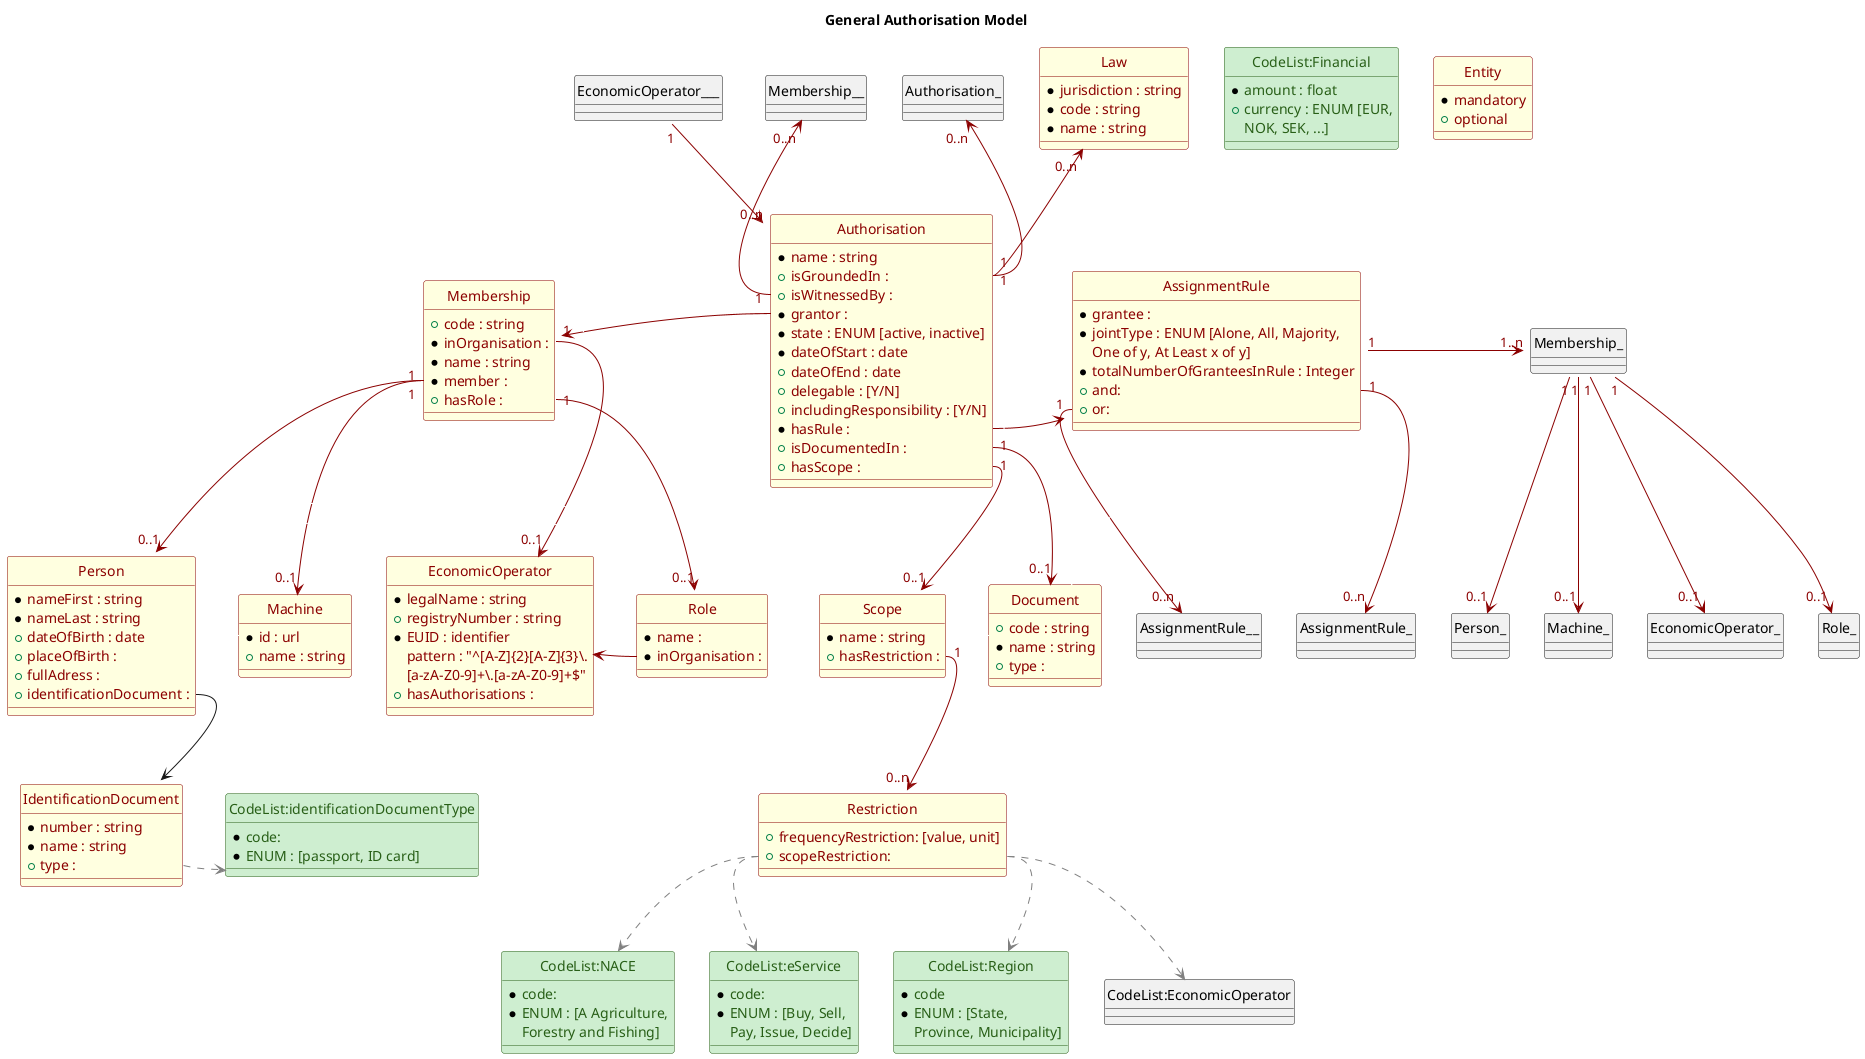
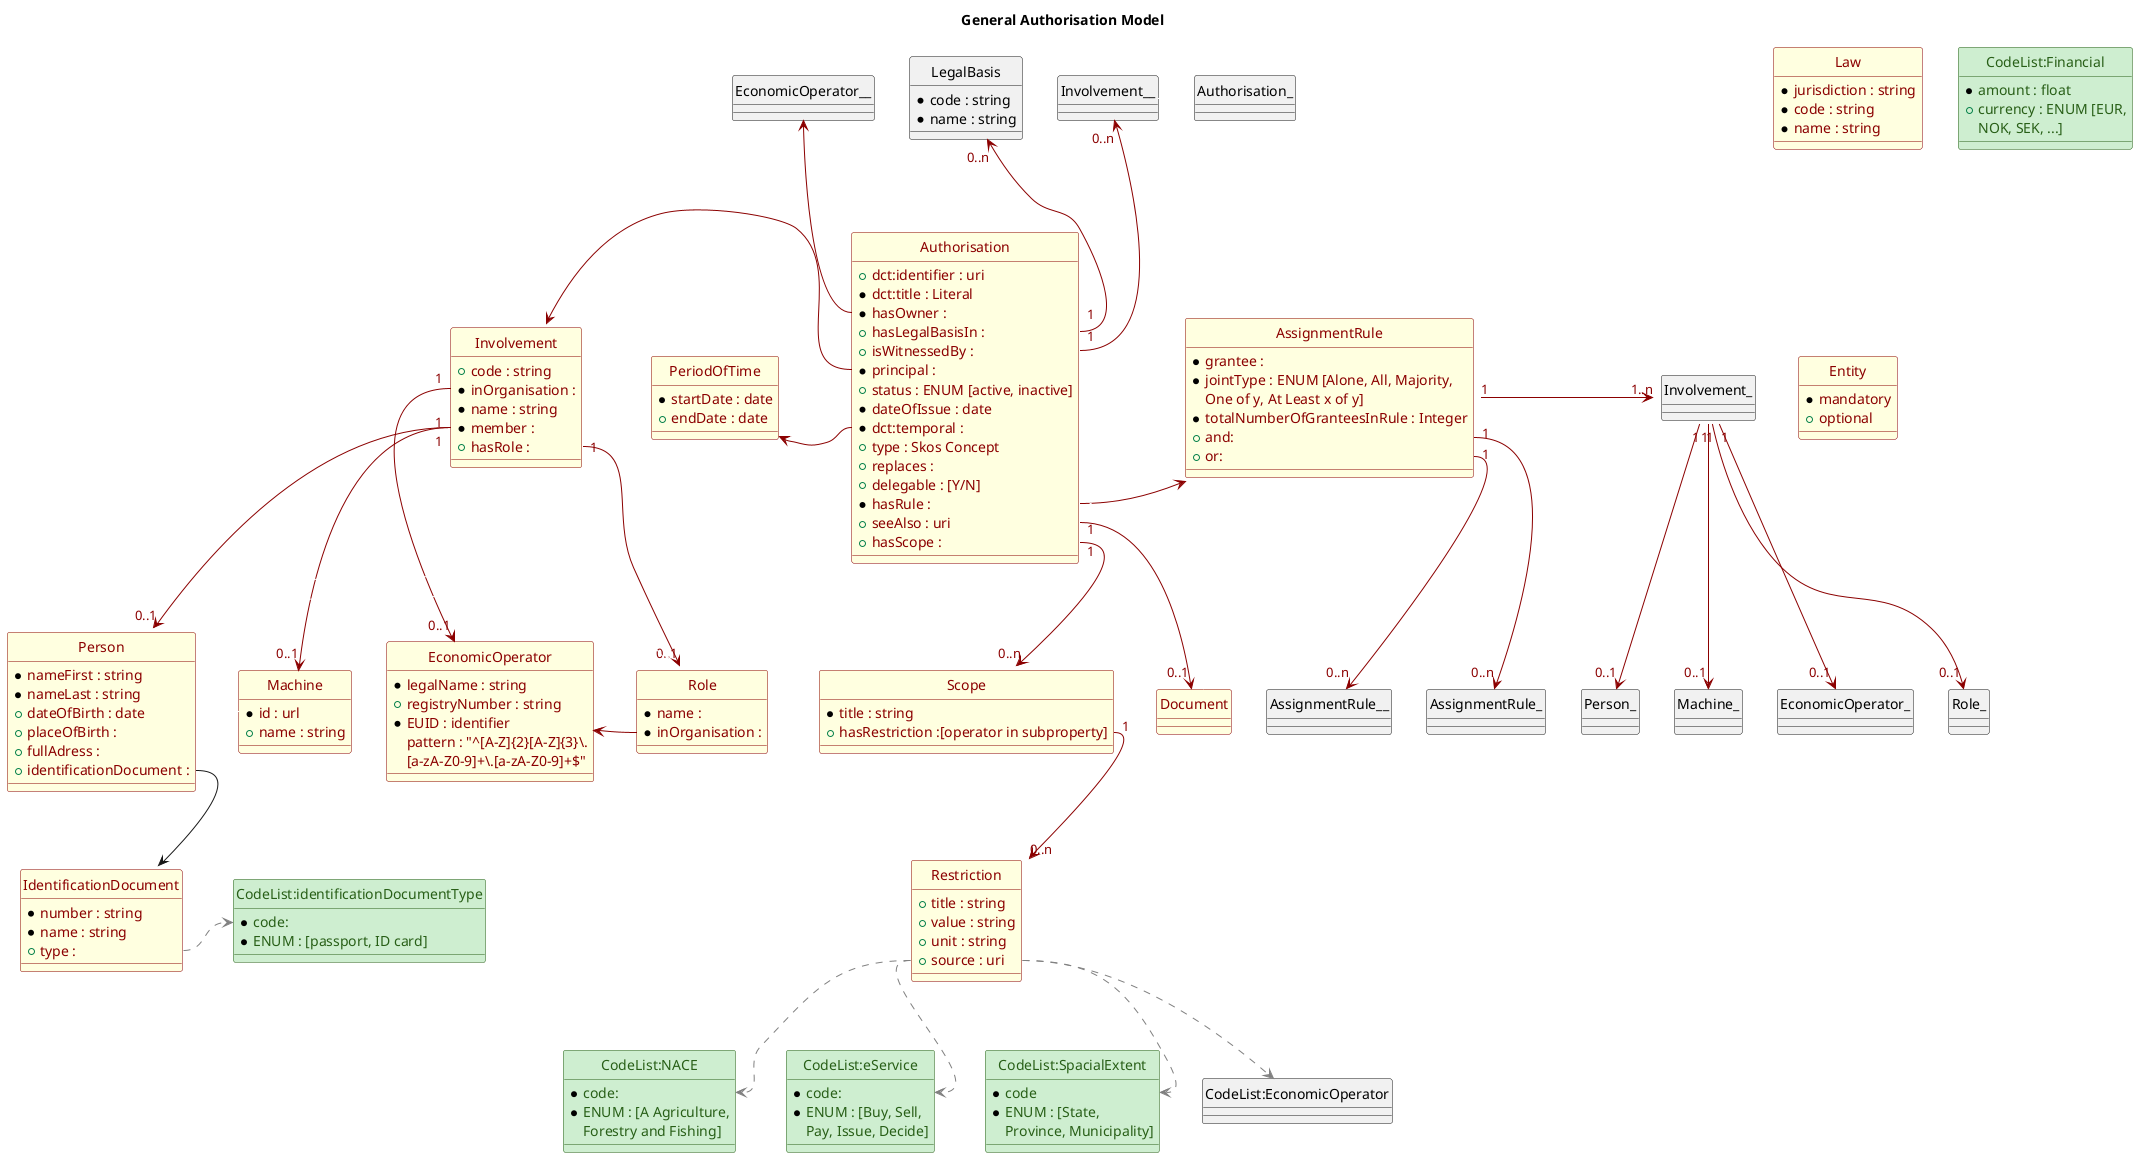
@startuml
title General Authorisation Model

class Authorisation {
-  *name : string
-  +isGroundedIn :
+  +dct:identifier : uri
+  *dct:title : Literal
+  *hasOwner :
+  +hasLegalBasisIn :
 +isWitnessedBy :
-  *grantor :
-  *state : ENUM [active, inactive]
-  *dateOfStart : date
-  +dateOfEnd : date
+  *principal :
+  +status : ENUM [active, inactive]
+  *dateOfIssue : date
+  *dct:temporal :
+  +type : Skos Concept
+  'type is optional, just in case property.
+  +replaces :
 +delegable : [Y/N]
-  +includingResponsibility : [Y/N]
 *hasRule :
-  +isDocumentedIn :
+  +seeAlso : uri
 +hasScope :
}

class AssignmentRule {
 *grantee :
 *jointType : ENUM [Alone, All, Majority,
 One of y, At Least x of y]
 *totalNumberOfGranteesInRule : Integer
 +and:
 +or:
}

+ class LegalBasis {
+  *code : string
+  *name : string
+ }
+ 
class Law {
 *jurisdiction : string
 *code : string
 *name : string
}

- class Document {
-  +code : string
-  *name : string
-  +type :
- }
+ class PeriodOfTime {
+  *startDate : date
+  +endDate : date
+ }
+ 

class IdentificationDocument {
 *number : string
 *name : string
 +type :
}

- class Membership {
+ class Involvement {
 +code : string
 *inOrganisation :
 *name : string
 *member :
 +hasRole :
}

class Machine {
 *id : url
 +name : string
}

class Person {
 *nameFirst : string
 *nameLast : string
 +dateOfBirth : date
 +placeOfBirth :
 +fullAdress :
 +identificationDocument :
}

class Role {
 *name :
 *inOrganisation :
}

class Restriction {
-  +frequencyRestriction: [value, unit]
-  +scopeRestriction:
- }
+  +title : string
+  +value : string
+  +unit : string
+  +source : uri
+  'the unit points to the code, not the code list..
+  'make as much restrictions as you need to define the scope.
+  }

class CodeList:Financial
{
 *amount : float
 +currency : ENUM [EUR,
 NOK, SEK, ...]
}

class CodeList:NACE
{
 *code:
 *ENUM : [A Agriculture,
 Forestry and Fishing]
}

class CodeList:identificationDocumentType
{
 *code:
 *ENUM : [passport, ID card]
}

class CodeList:eService
{
 *code:
 *ENUM : [Buy, Sell,
 Pay, Issue, Decide]
}

- class CodeList:Region
+ class CodeList:SpacialExtent
{
 *code
 *ENUM : [State,
 Province, Municipality]
}

class  EconomicOperator
{
 *legalName : string
 +registryNumber : string
 *EUID : identifier
 pattern : "^[A-Z]{2}[A-Z]{3}\\.
 [a-zA-Z0-9]+\\.[a-zA-Z0-9]+$"
-  +hasAuthorisations :
}

class Scope {
-  *name : string
-  +hasRestriction :
+  *title : string
+  +hasRestriction :[operator in subproperty]
}

class Entity {
 *mandatory
 +optional
}

- EconomicOperator___::hasAuthorisations "1" -down-> "0..n" Authorisation #line:DarkRed;text:DarkRed
- Authorisation::grantor "1" -left-> "1..n" Membership #line:DarkRed;text:White :_____
- Authorisation::isWitnessedBy "1" -up-> "0..n" Membership__ #line:DarkRed;text:DarkRed
- Authorisation::isGroundedIn "1" -up-> "0..n" Law #line:DarkRed;text:DarkRed
- Authorisation::isGroundedIn "1" -up-> "0..n" Authorisation_ #line:DarkRed;text:DarkRed
- Authorisation::hasScope "1" -down-> "0..1" Scope #line:DarkRed;text:DarkRed
- Authorisation::isDocumentedIn "1" -down-> "0..1" Document #line:DarkRed;text:DarkRed
+ 'EconomicOperator___::hasAuthorisations "1" -down-> "0..n" Authorisation #line:DarkRed;text:DarkRed
+ Authorisation::principal "1" -left-> "1..n" Involvement #line:DarkRed;text:White :_____
+ Authorisation::isWitnessedBy "1" -up-> "0..n" Involvement__ #line:DarkRed;text:DarkRed
+ Authorisation::hasLegalBasisIn "1" -up-> "0..n" LegalBasis #line:DarkRed;text:DarkRed
+ 'Authorisation::isGroundedIn "1" -up-> "0..n" Authorisation_ #line:DarkRed;text:DarkRed
+ Authorisation::hasScope "1" -down-> "0..n" Scope #line:DarkRed;text:DarkRed
+ Authorisation::seeAlso "1" -down-> "0..1" Document #line:DarkRed;text:DarkRed
Authorisation::hasRule "1" -right-> "1" AssignmentRule #line:DarkRed;text:White :_____
- 
- AssignmentRule::isAssignedTo "1" -right-> "1..n" Membership_ #line:DarkRed;text:DarkRed
+ Authorisation::temporal "1" -left-> "1" PeriodOfTime #line:DarkRed;text:White :_____
+ Authorisation::hasOwner "1" -up-> "1" EconomicOperator__ #line:DarkRed;text:White :_____
+ 'Authorisation::replaces "1" -left-> "1" Authorisation::replaces #line:DarkRed;text:White :_____
+ 
+ 'LegalBasis  <|-up- "1" Law #line:DarkRed;text:White :_____
+ 'LegalBasis  <|-up- "1" Authorisation_ #line:DarkRed;text:White :_____
+ 
+ 
+ AssignmentRule::isAssignedTo "1" -right-> "1..n" Involvement_ #line:DarkRed;text:DarkRed
AssignmentRule::and "1" -down-> "0..n" AssignmentRule_ #line:DarkRed;text:DarkRed
AssignmentRule::or "1" -down-> "0..n" AssignmentRule__ #line:DarkRed;text:DarkRed

- Membership::hasRole "1" -down-> "0..1" Role #line:DarkRed;text:DarkRed
- Membership::member "1" -down-> "0..1" Person  #line:DarkRed;text:DarkRed
- Membership::member "1" -down-> "0..1" Machine  #line:DarkRed;text:DarkRed
- Membership::inOrganisation "1" -down-> "0..1" EconomicOperator  #line:DarkRed;text:DarkRed
- Membership_::hasRole "1" -down-> "0..1" Role_ #line:DarkRed;text:DarkRed
- Membership_::member "1" -down-> "0..1" Person_  #line:DarkRed;text:DarkRed
- Membership_::member "1" -down-> "0..1" Machine_  #line:DarkRed;text:DarkRed
- Membership_::inOrganisation "1" -down-> "0..1" EconomicOperator_  #line:DarkRed;text:DarkRed
- 
- Restriction::scopeRestriction .down.> "CodeList:NACE" #line:Gray;text:DarkRed
- Restriction::scopeRestriction .down.> "CodeList:eService" #line:Gray;text:DarkRed
- Restriction::scopeRestriction .down.> "CodeList:EconomicOperator" #line:Gray;text:DarkRed
- Restriction::scopeRestriction .down.> "CodeList:Region" #line:Gray;text:DarkRed
- 
+ Involvement::hasRole "1" -down-> "0..1" Role #line:DarkRed;text:DarkRed
+ Involvement::member "1" -down-> "0..1" Person  #line:DarkRed;text:DarkRed
+ Involvement::member "1" -down-> "0..1" Machine  #line:DarkRed;text:DarkRed
+ Involvement::inOrganisation "1" -down-> "0..1" EconomicOperator  #line:DarkRed;text:DarkRed
+ Involvement_::hasRole "1" -down-> "0..1" Role_ #line:DarkRed;text:DarkRed
+ Involvement_::member "1" -down-> "0..1" Person_  #line:DarkRed;text:DarkRed
+ Involvement_::member "1" -down-> "0..1" Machine_  #line:DarkRed;text:DarkRed
+ Involvement_::inOrganisation "1" -down-> "0..1" EconomicOperator_  #line:DarkRed;text:DarkRed
+ 
+ Restriction::source .down.> "CodeList:NACE::code" #line:Gray;text:DarkRed
+ Restriction::source .down.> "CodeList:eService::code" #line:Gray;text:DarkRed
+ Restriction::source .down.> "CodeList:EconomicOperator" #line:Gray;text:DarkRed
+ Restriction::source .down.> "CodeList:SpacialExtent::code" #line:Gray;text:DarkRed
+ 'point to the uri code, not the whole code list.
Person::identificationDocument -down-> IdentificationDocument
- IdentificationDocument::type .right.> "CodeList:identificationDocumentType" #line:Gray;text:DarkRed
+ IdentificationDocument::type .right.> "CodeList:identificationDocumentType::code" #line:Gray;text:DarkRed

Role::inOrganisation -left-> "EconomicOperator" #line:DarkRed;text:DarkRed

Scope::hasRestriction "1" -down-> "0..n" Restriction #line:DarkRed;text:DarkRed

- Document -left- Scope #line:white
+ 'Document -left- Scope #line:white
AssignmentRule -down-> Document #line:White
Role -right- Person #line:White
Person -right- Machine #line:White
Role -left- Person #line:White
- Membership__ -right- Authorisation_ #line:White
+ Involvement__ -right- Authorisation_ #line:White

class Authorisation #LightYellow;line:DarkRed;text:DarkRed
class Law #LightYellow;line:DarkRed;text:DarkRed
class Scope #LightYellow;line:DarkRed;text:DarkRed
class Document #LightYellow;line:DarkRed;text:DarkRed
class IdentificationDocument #LightYellow;line:DarkRed;text:DarkRed
class EconomicOperator #LightYellow;line:DarkRed;text:DarkRed
- class Membership #LightYellow;line:DarkRed;text:DarkRed
+ class Involvement #LightYellow;line:DarkRed;text:DarkRed
class Role #LightYellow;line:DarkRed;text:DarkRed
class Person #LightYellow;line:DarkRed;text:DarkRed
class Machine #LightYellow;line:DarkRed;text:DarkRed
class AssignmentRule #LightYellow;line:DarkRed;text:DarkRed
class Restriction #LightYellow;line:DarkRed;text:DarkRed
class Entity #LightYellow;line:DarkRed;text:DarkRed
+ class PeriodOfTime #LightYellow;line:DarkRed;text:DarkRed
class CodeList:eService #CEEED0;line:285F17;text:285F17
class CodeList:Financial #CEEED0;line:285F17;text:285F17
class CodeList:NACE #CEEED0;line:285F17;text:285F17
- class CodeList:Region #CEEED0;line:285F17;text:285F17
+ class CodeList:SpacialExtent #CEEED0;line:285F17;text:285F17
class CodeList:identificationDocumentType #CEEED0;line:285F17;text:285F17

hide circle

@enduml
